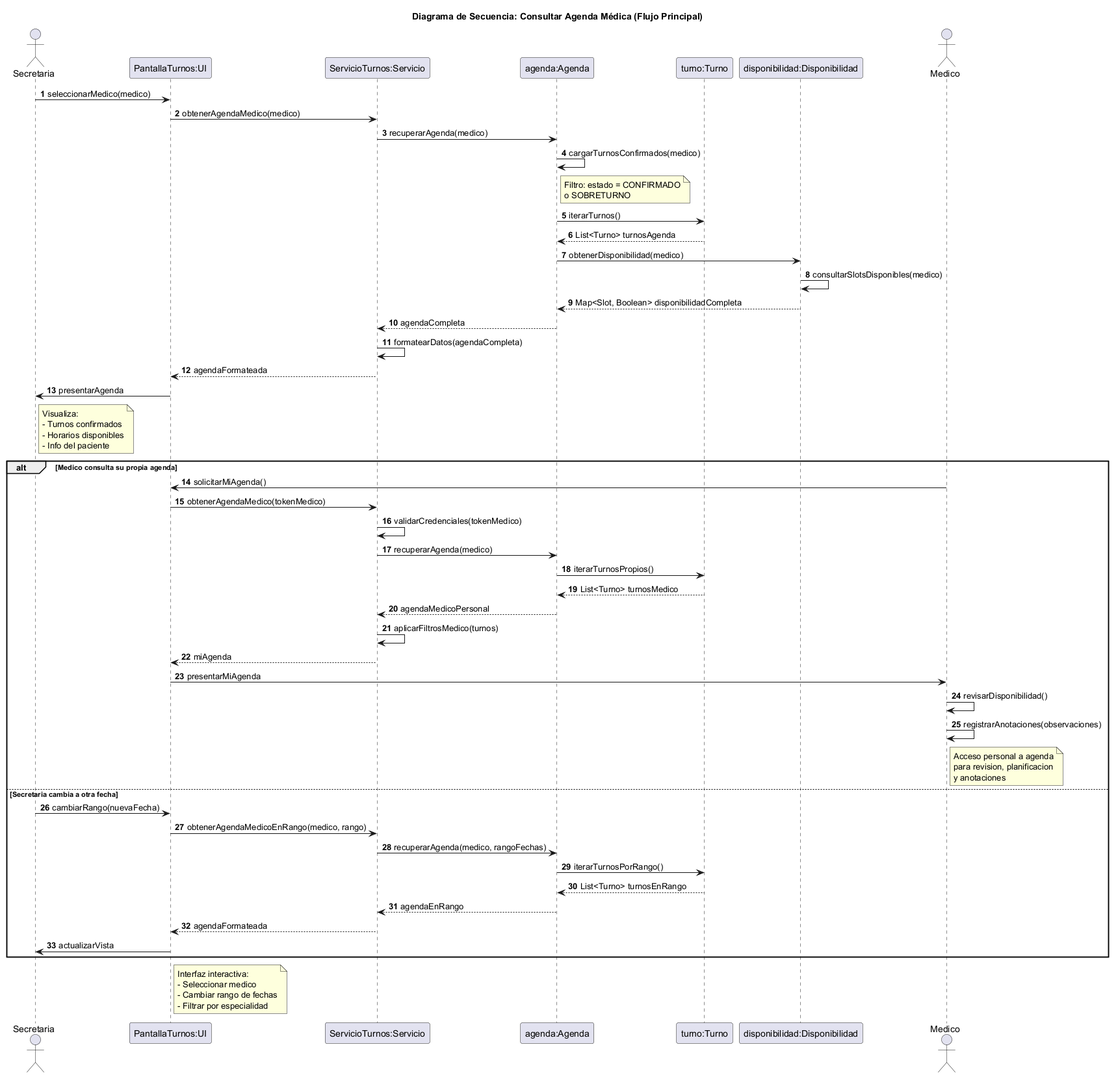
This is diagramas/05-diagramas-secuencia/05-secuencia-consultar-agenda-medica-flujo-principal-05.png from Purezaamor/SistemaTurnosMedicos, a PlantUML export, as it was before one commit.
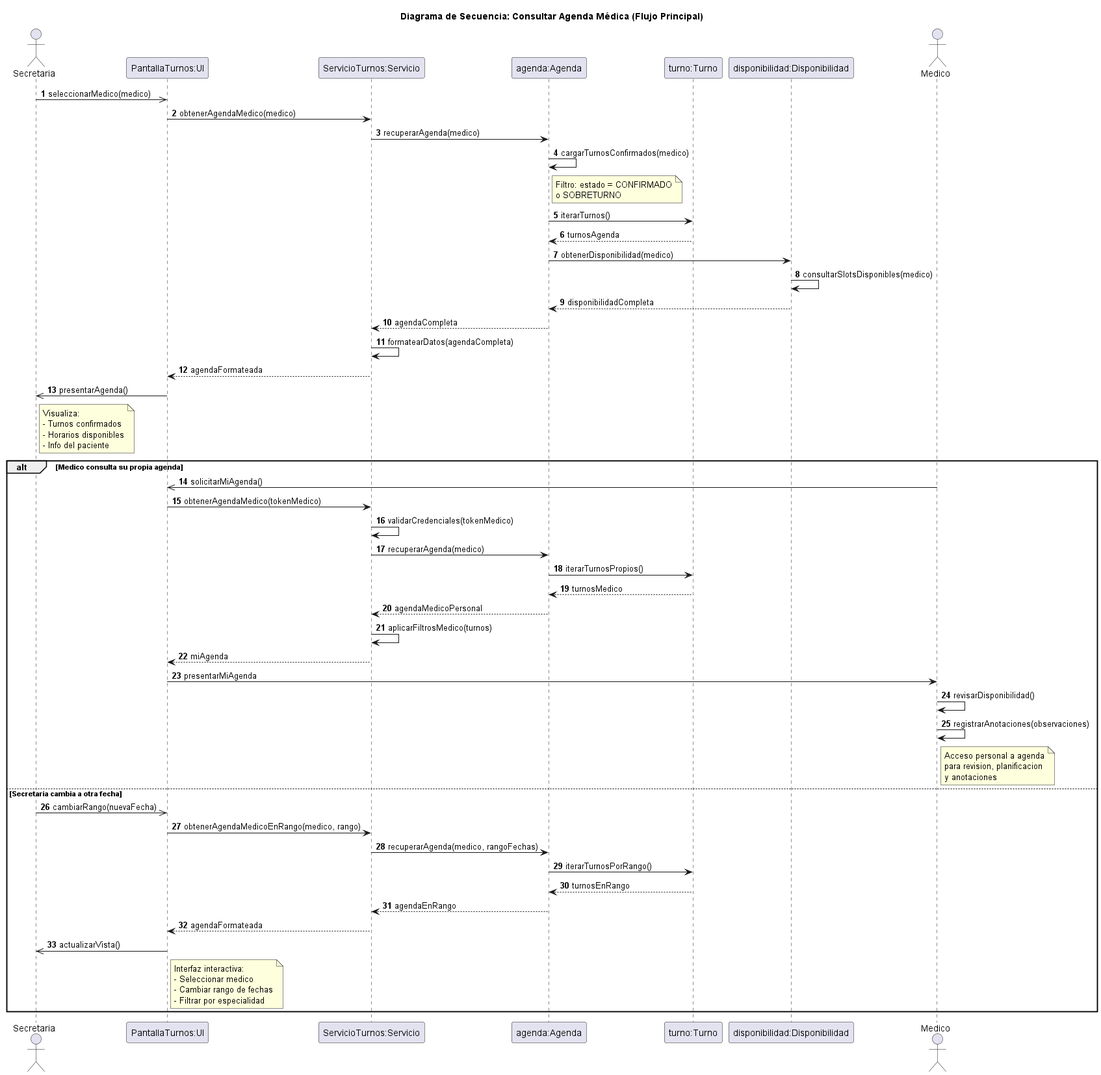
Later version of the same file.

The edit, as a diff of the source:
```diff
@@ -11,7 +11,7 @@
 
 autonumber
 
-Secretaria -> UI: seleccionarMedico(medico)
+Secretaria ->> UI: seleccionarMedico(medico)
 UI -> Servicio: obtenerAgendaMedico(medico)
 Servicio -> Agenda: recuperarAgenda(medico)
 Agenda -> Agenda: cargarTurnosConfirmados(medico)
@@ -20,14 +20,14 @@
   o SOBRETURNO
 end note
 Agenda -> Turno: iterarTurnos()
-Turno --> Agenda: List<Turno> turnosAgenda
+Turno --> Agenda: turnosAgenda
 Agenda -> Disp: obtenerDisponibilidad(medico)
 Disp -> Disp: consultarSlotsDisponibles(medico)
-Disp --> Agenda: Map<Slot, Boolean> disponibilidadCompleta
+Disp --> Agenda: disponibilidadCompleta
 Agenda --> Servicio: agendaCompleta
 Servicio -> Servicio: formatearDatos(agendaCompleta)
 Servicio --> UI: agendaFormateada
-UI -> Secretaria: presentarAgenda
+UI ->> Secretaria: presentarAgenda()
 note right of Secretaria
   Visualiza:
   - Turnos confirmados
@@ -36,12 +36,12 @@
 end note
 
 alt Medico consulta su propia agenda
-  Medico -> UI: solicitarMiAgenda()
+  Medico ->> UI: solicitarMiAgenda()
   UI -> Servicio: obtenerAgendaMedico(tokenMedico)
   Servicio -> Servicio: validarCredenciales(tokenMedico)
   Servicio -> Agenda: recuperarAgenda(medico)
   Agenda -> Turno: iterarTurnosPropios()
-  Turno --> Agenda: List<Turno> turnosMedico
+  Turno --> Agenda: turnosMedico
   Agenda --> Servicio: agendaMedicoPersonal
   Servicio -> Servicio: aplicarFiltrosMedico(turnos)
   Servicio --> UI: miAgenda
@@ -55,15 +55,14 @@
     y anotaciones
   end note
 else Secretaria cambia a otra fecha
-  Secretaria -> UI: cambiarRango(nuevaFecha)
+  Secretaria ->> UI: cambiarRango(nuevaFecha)
   UI -> Servicio: obtenerAgendaMedicoEnRango(medico, rango)
   Servicio -> Agenda: recuperarAgenda(medico, rangoFechas)
   Agenda -> Turno: iterarTurnosPorRango()
-  Turno --> Agenda: List<Turno> turnosEnRango
+  Turno --> Agenda: turnosEnRango
   Agenda --> Servicio: agendaEnRango
   Servicio --> UI: agendaFormateada
-  UI -> Secretaria: actualizarVista
-end
+UI ->> Secretaria: actualizarVista()
 
 note right of UI
   Interfaz interactiva:
@@ -71,5 +70,5 @@
   - Cambiar rango de fechas
   - Filtrar por especialidad
 end note
-
+end
 @enduml
```
